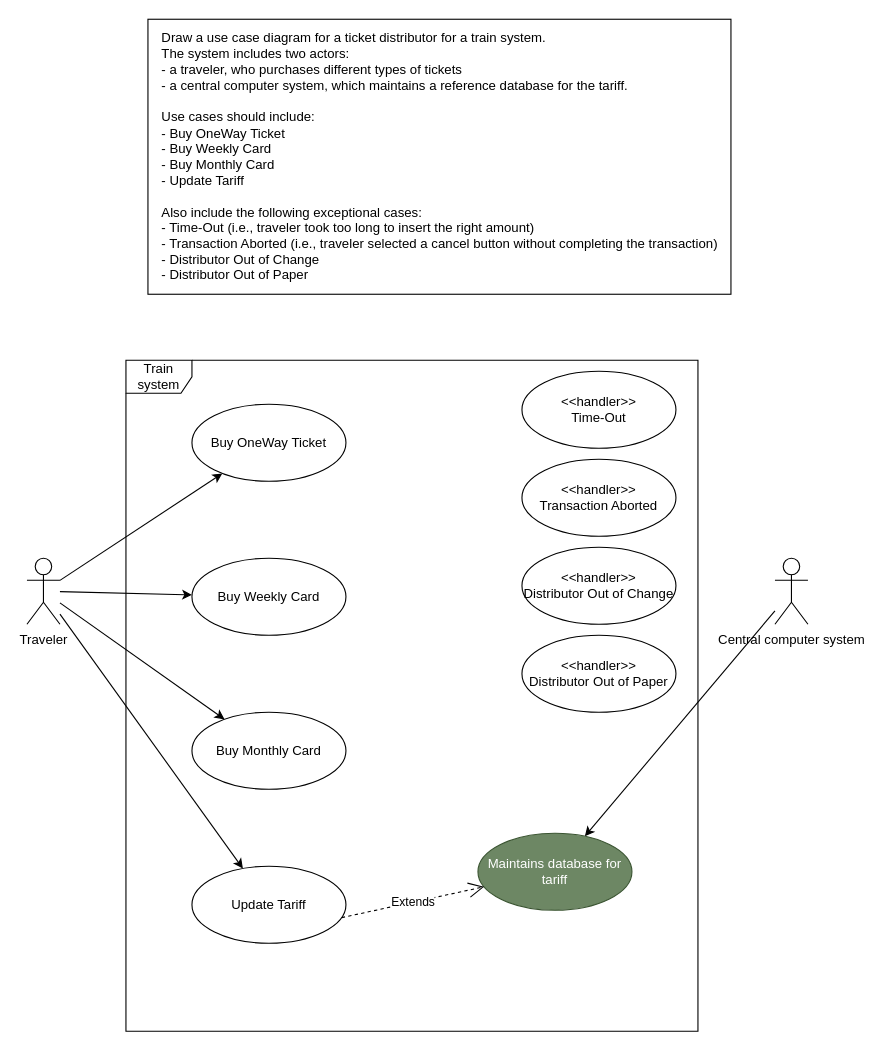
This is diagram.drawio from LysetsDal/BDSA_A2, a draw.io file, before an edit. Source tidied: cells renumbered, new cells numbered last; positions are measured from the earlier drawing's top-left corner, leaving out a move shared by most shapes. Both pictures are drawn from the tidied source at 110%, with x=0, y=0 at pixel (26, 19).
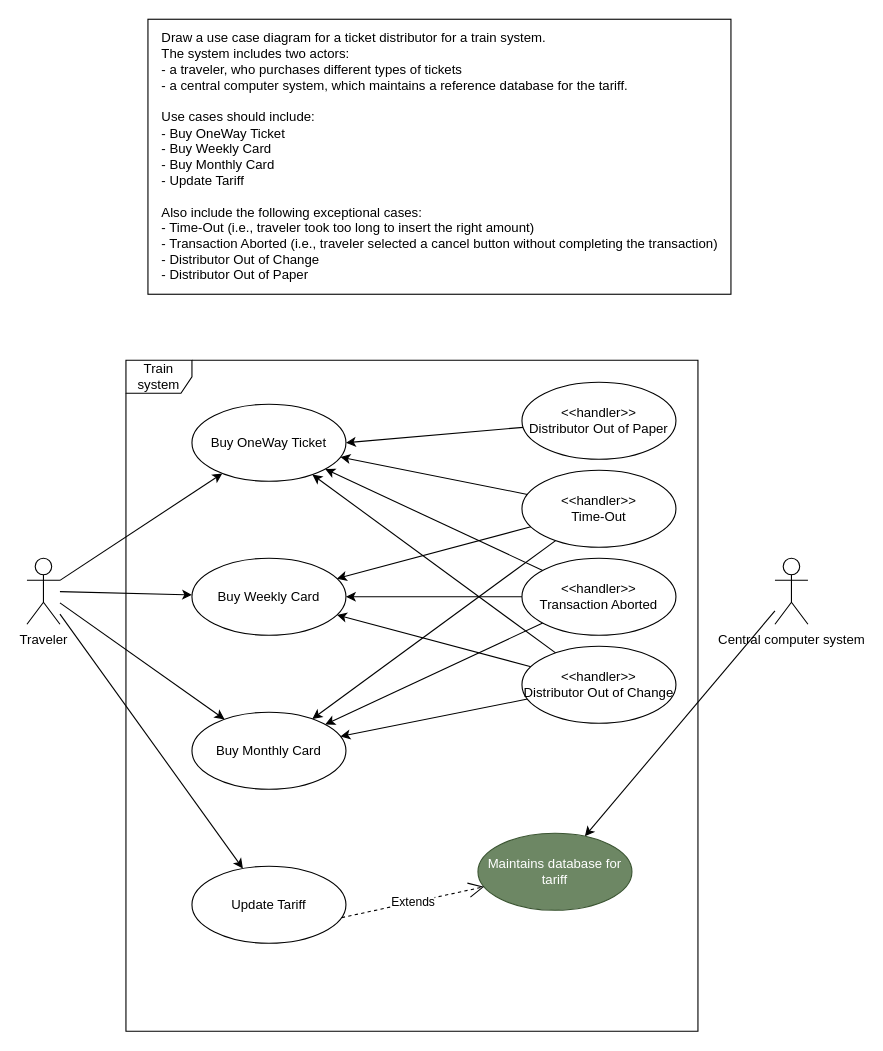
The same page after the edit.

Commit message:
Lavet diagram

The change refers to these unchanged cells:
```xml
<mxCell id="10" value="&lt;span&gt;&lt;/span&gt;&lt;span&gt;&lt;/span&gt;&lt;span&gt;Buy OneWay Ticket&lt;/span&gt;" style="ellipse;whiteSpace=wrap;html=1;" parent="1" vertex="1">
  <mxGeometry x="150" y="350" width="140" height="70" as="geometry" />
</mxCell>
<mxCell id="11" value="&lt;span&gt;&lt;/span&gt;&lt;span&gt;&lt;/span&gt;&lt;span&gt;Buy Weekly Card&lt;/span&gt;" style="ellipse;whiteSpace=wrap;html=1;" parent="1" vertex="1">
  <mxGeometry x="150" y="490" width="140" height="70" as="geometry" />
</mxCell>
<mxCell id="12" value="&lt;span&gt;&lt;/span&gt;&lt;span&gt;&lt;/span&gt;&lt;span&gt;Buy Monthly Card&lt;/span&gt;" style="ellipse;whiteSpace=wrap;html=1;" parent="1" vertex="1">
  <mxGeometry x="150" y="630" width="140" height="70" as="geometry" />
</mxCell>
```

Change to the diagram source:
```diff
@@
+    <mxCell id="21" style="edgeStyle=none;html=1;" parent="1" edge="1" source="17" target="10">
+      <mxGeometry relative="1" as="geometry" />
+    </mxCell>
+    <mxCell id="22" style="edgeStyle=none;html=1;" parent="1" edge="1" source="17" target="11">
+      <mxGeometry relative="1" as="geometry" />
+    </mxCell>
+    <mxCell id="23" style="edgeStyle=none;html=1;" parent="1" edge="1" source="17" target="12">
+      <mxGeometry relative="1" as="geometry" />
+    </mxCell>
     <mxCell id="17" value="&amp;lt;&amp;lt;handler&amp;gt;&amp;gt;&lt;br&gt;Time-Out" style="ellipse;whiteSpace=wrap;html=1;" parent="1" vertex="1">
-      <mxGeometry x="450" y="320" width="140" height="70" as="geometry" />
+      <mxGeometry x="450" y="410" width="140" height="70" as="geometry" />
     </mxCell>
+    <mxCell id="24" style="edgeStyle=none;html=1;" parent="1" edge="1" source="18" target="10">
+      <mxGeometry relative="1" as="geometry" />
+    </mxCell>
+    <mxCell id="25" style="edgeStyle=none;html=1;" parent="1" edge="1" source="18" target="11">
+      <mxGeometry relative="1" as="geometry" />
+    </mxCell>
+    <mxCell id="26" style="edgeStyle=none;html=1;" parent="1" edge="1" source="18" target="12">
+      <mxGeometry relative="1" as="geometry" />
+    </mxCell>
     <mxCell id="18" value="&amp;lt;&amp;lt;handler&amp;gt;&amp;gt;&lt;br&gt;Transaction Aborted" style="ellipse;whiteSpace=wrap;html=1;" parent="1" vertex="1">
-      <mxGeometry x="450" y="400" width="140" height="70" as="geometry" />
+      <mxGeometry x="450" y="490" width="140" height="70" as="geometry" />
     </mxCell>
+    <mxCell id="27" style="edgeStyle=none;html=1;" parent="1" edge="1" source="19" target="11">
+      <mxGeometry relative="1" as="geometry" />
+    </mxCell>
+    <mxCell id="28" style="edgeStyle=none;html=1;" parent="1" edge="1" source="19" target="10">
+      <mxGeometry relative="1" as="geometry" />
+    </mxCell>
+    <mxCell id="29" style="edgeStyle=none;html=1;" parent="1" edge="1" source="19" target="12">
+      <mxGeometry relative="1" as="geometry" />
+    </mxCell>
     <mxCell id="19" value="&amp;lt;&amp;lt;handler&amp;gt;&amp;gt;&lt;br&gt;&lt;span style=&quot;text-align: left&quot;&gt;Distributor Out of Change&lt;/span&gt;" style="ellipse;whiteSpace=wrap;html=1;" parent="1" vertex="1">
-      <mxGeometry x="450" y="480" width="140" height="70" as="geometry" />
+      <mxGeometry x="450" y="570" width="140" height="70" as="geometry" />
     </mxCell>
+    <mxCell id="30" style="edgeStyle=none;html=1;entryX=1;entryY=0.5;entryDx=0;entryDy=0;" parent="1" edge="1" source="20" target="10">
+      <mxGeometry relative="1" as="geometry" />
+    </mxCell>
     <mxCell id="20" value="&amp;lt;&amp;lt;handler&amp;gt;&amp;gt;&lt;br&gt;&lt;span style=&quot;text-align: left&quot;&gt;Distributor Out of Paper&lt;/span&gt;" style="ellipse;whiteSpace=wrap;html=1;" parent="1" vertex="1">
-      <mxGeometry x="450" y="560" width="140" height="70" as="geometry" />
+      <mxGeometry x="450" y="330" width="140" height="70" as="geometry" />
     </mxCell>
```
